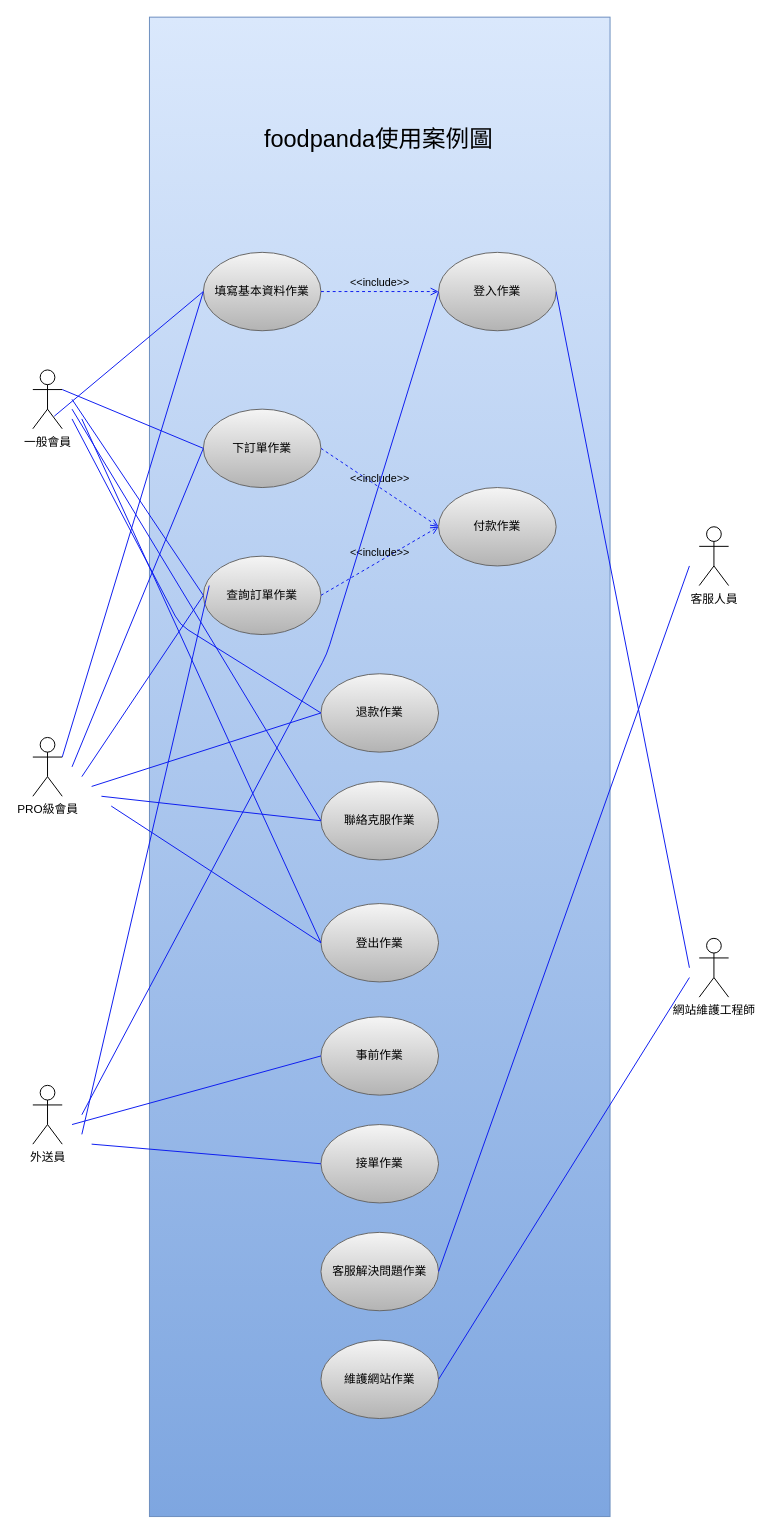
This is Use_case_diagram.drawio from today16/last, a draw.io file, before an edit. Source tidied: cells renumbered, new cells numbered last; positions are measured from the earlier drawing's top-left corner, leaving out a move shared by most shapes. Both pictures are drawn from the tidied source at 98%, with x=0, y=0 at pixel (32, 17).
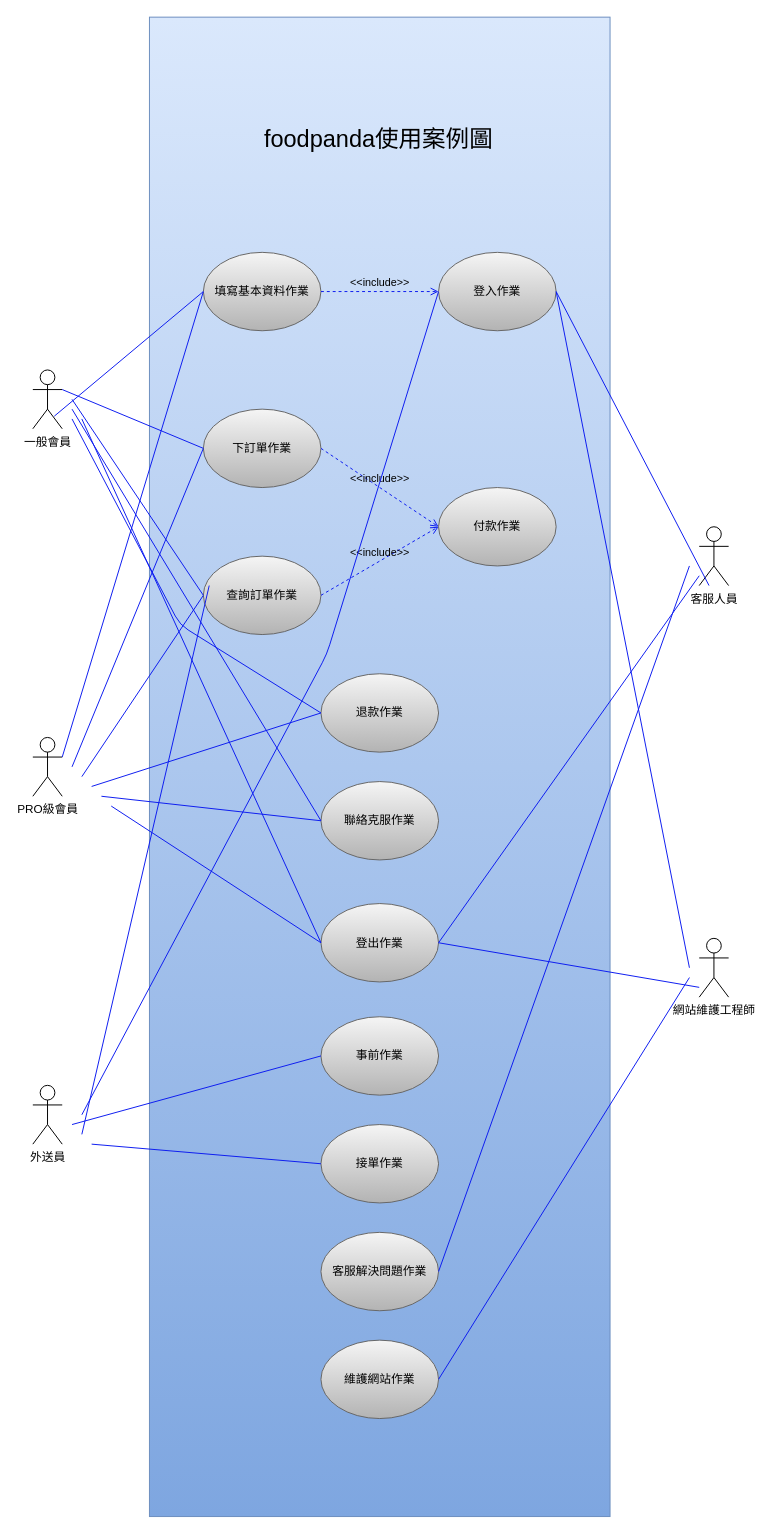
After the change.

Unchanged cells that the change refers to:
```xml
<mxCell id="3" value="&lt;font color=&quot;#000000&quot;&gt;登入作業&lt;/font&gt;" style="ellipse;whiteSpace=wrap;html=1;fillColor=#f5f5f5;strokeColor=#666666;gradientColor=#b3b3b3;" parent="1" vertex="1">
  <mxGeometry x="414" y="240" width="120" height="80" as="geometry" />
</mxCell>
<mxCell id="10" value="&lt;font color=&quot;#000000&quot;&gt;登出作業&lt;/font&gt;" style="ellipse;whiteSpace=wrap;html=1;fillColor=#f5f5f5;strokeColor=#666666;gradientColor=#b3b3b3;" parent="1" vertex="1">
  <mxGeometry x="294" y="904.5" width="120" height="80" as="geometry" />
</mxCell>
```

The edit, as a diff of the source:
```diff
@@
+    <mxCell id="43" style="endArrow=none;html=1;fontSize=24;fontColor=#000000;strokeColor=#0C1BF0;exitX=1;exitY=0.5;exitDx=0;exitDy=0;" parent="1" edge="1" source="10">
+      <mxGeometry relative="1" as="geometry">
+        <mxPoint x="680" y="570" as="targetPoint" />
+      </mxGeometry>
+    </mxCell>
+    <mxCell id="44" style="endArrow=none;html=1;fontSize=24;fontColor=#000000;strokeColor=#0C1BF0;exitX=1;exitY=0.5;exitDx=0;exitDy=0;" parent="1" edge="1" source="3">
+      <mxGeometry relative="1" as="geometry">
+        <mxPoint x="690" y="580" as="targetPoint" />
+      </mxGeometry>
+    </mxCell>
+    <mxCell id="45" style="endArrow=none;html=1;fontSize=24;fontColor=#000000;strokeColor=#0C1BF0;exitX=1;exitY=0.5;exitDx=0;exitDy=0;" parent="1" edge="1" source="10">
+      <mxGeometry relative="1" as="geometry">
+        <mxPoint x="680" y="990" as="targetPoint" />
+      </mxGeometry>
+    </mxCell>
```
